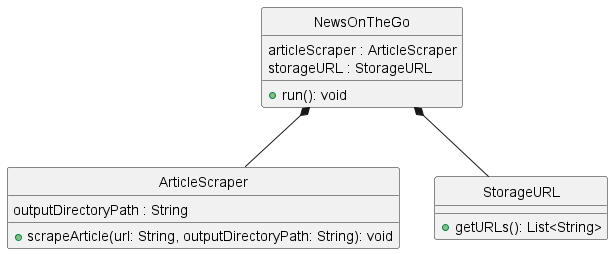
Before: docs/UML_Diagrams/ArticleScraperClass.png, a diagram exported from PlantUML (AhmedShaiyan/tp). Its diagram source:
```plantuml
@startuml

hide circle

class ArticleScraper {
    outputDirectoryPath : String
    +scrapeArticle(url: String, outputDirectoryPath: String): void
}

class NewsOnTheGo {
    articleScraper : ArticleScraper
    storageURL : StorageURL
    +run(): void
}

class StorageURL {
    +getURLs(): List<String>
}

NewsOnTheGo *-- ArticleScraper
NewsOnTheGo *-- StorageURL

@enduml
```
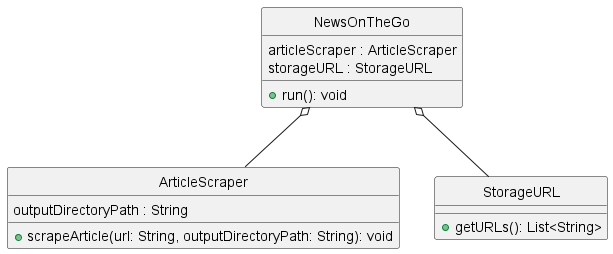
Later version of the same file.

Diff of the diagram source:
```diff
@@ -17,7 +17,7 @@
     +getURLs(): List<String>
 }
 
-NewsOnTheGo *-- ArticleScraper
-NewsOnTheGo *-- StorageURL
+NewsOnTheGo o-- ArticleScraper
+NewsOnTheGo o-- StorageURL
 
 @enduml
```
